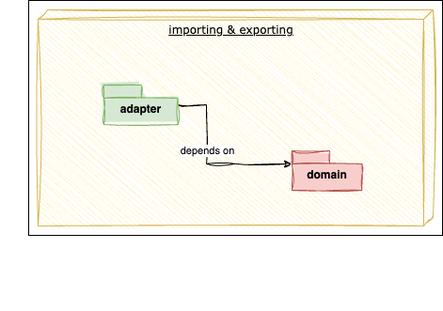
tinohertlein/timesheet-wizard keeps this draw.io diagram as docs/assets/static-level-3.drawio.png. Above is the earlier version. Source tidied: cells renumbered, new cells last; positions are measured from the earlier drawing's top-left corner, leaving out a move shared by most shapes.
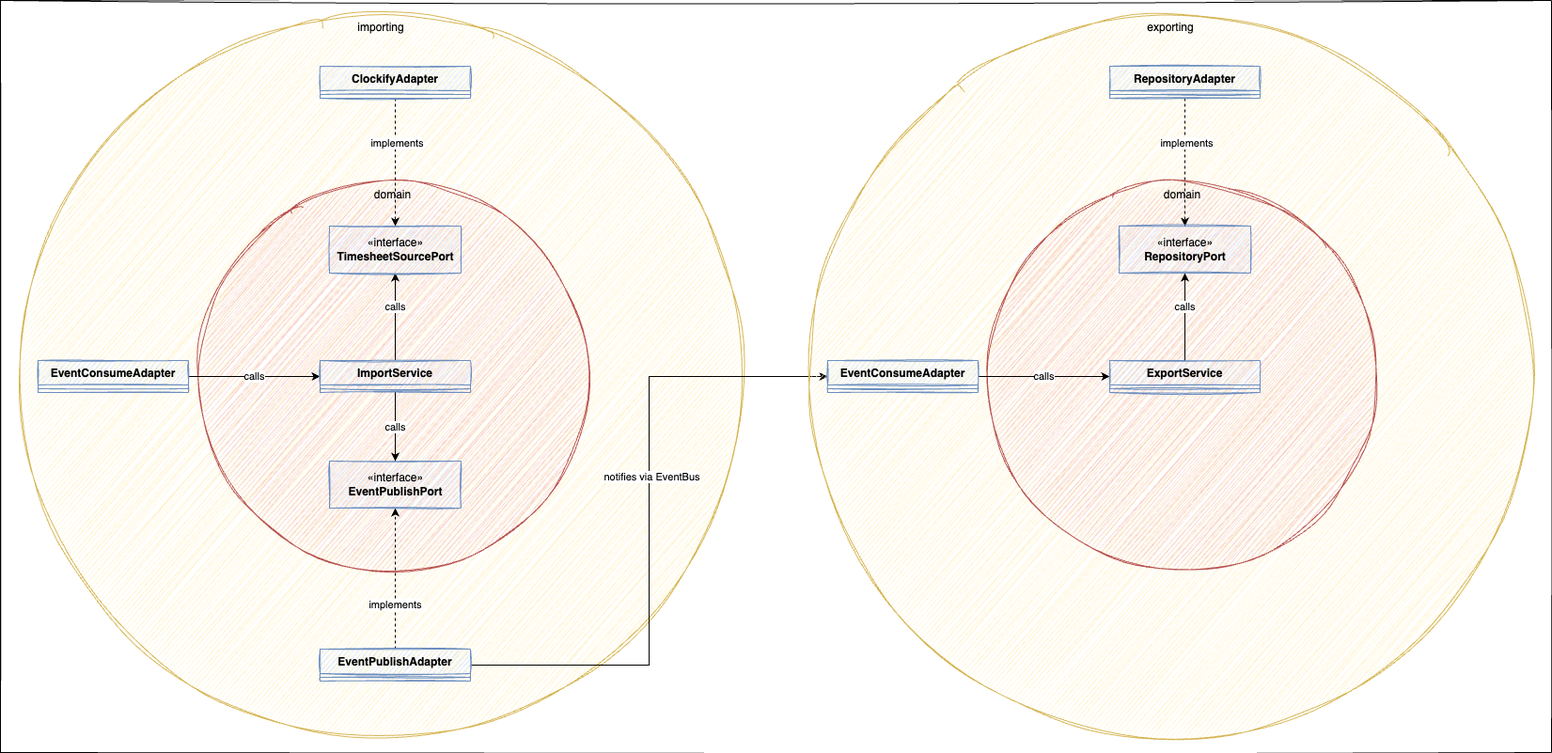
The same diagram one commit later.

What changed in the source:
```diff
@@ -2,32 +2,113 @@
   <root>
     <mxCell id="0" />
     <mxCell id="1" parent="0" />
-    <mxCell id="2" style="rounded=0;whiteSpace=wrap;html=1;fillStyle=auto;" parent="1" vertex="1">
-      <mxGeometry x="30" width="440" height="250" as="geometry" />
-    </mxCell>
-    <mxCell id="3" style="group;align=center;verticalAlign=bottom;" parent="1" vertex="1">
-      <mxGeometry y="10" width="460" height="320" as="geometry" />
-    </mxCell>
-    <mxCell id="4" value="importing &amp;amp; exporting" style="verticalAlign=top;align=center;spacingTop=8;spacingLeft=2;spacingRight=12;shape=cube;size=10;direction=south;fontStyle=4;html=1;rounded=0;shadow=0;comic=0;labelBackgroundColor=none;strokeWidth=1;fontFamily=Verdana;fontSize=12;sketch=1;curveFitting=1;jiggle=2;fillColor=#fff2cc;strokeColor=#d6b656;fillStyle=auto;" parent="3" vertex="1">
-      <mxGeometry x="40" width="420" height="230" as="geometry" />
-    </mxCell>
-    <mxCell id="5" style="edgeStyle=orthogonalEdgeStyle;rounded=0;jettySize=auto;html=1;entryX=0;entryY=0;entryDx=0;entryDy=14;entryPerimeter=0;sketch=1;curveFitting=1;jiggle=2;" parent="3" edge="1" source="7" target="8">
-      <mxGeometry relative="1" as="geometry">
-        <Array as="points">
-          <mxPoint x="219" y="100.8" />
-          <mxPoint x="219" y="163.8" />
-          <mxPoint x="250" y="163.8" />
-        </Array>
-      </mxGeometry>
-    </mxCell>
-    <mxCell id="6" value="depends on" style="edgeLabel;html=1;align=center;verticalAlign=middle;" parent="5" vertex="1">
-      <mxGeometry x="-0.14" relative="1" as="geometry" />
-    </mxCell>
-    <mxCell id="7" value="adapter" style="shape=folder;fontStyle=1;spacingTop=10;tabWidth=40;tabHeight=14;tabPosition=left;html=1;fillColor=#d5e8d4;strokeColor=#82b366;sketch=1;curveFitting=1;jiggle=2;fillStyle=solid;" parent="3" vertex="1">
-      <mxGeometry x="110" y="80" width="78.7" height="42.1" as="geometry" />
-    </mxCell>
-    <mxCell id="8" value="domain" style="shape=folder;fontStyle=1;spacingTop=10;tabWidth=40;tabHeight=14;tabPosition=left;html=1;fillColor=#f8cecc;strokeColor=#b85450;sketch=1;curveFitting=1;jiggle=2;fillStyle=solid;" parent="3" vertex="1">
-      <mxGeometry x="310" y="150" width="74.2" height="42.1" as="geometry" />
-    </mxCell>
+    <mxCell id="9" style="rounded=0;whiteSpace=wrap;html=1;sketch=1;fillStyle=auto;" parent="1" vertex="1">
+      <mxGeometry x="820" y="80" width="1650" height="800" as="geometry" />
+    </mxCell>
+    <mxCell id="10" value="importing" style="ellipse;whiteSpace=wrap;html=1;fillColor=#fff2cc;strokeColor=#d6b656;sketch=1;curveFitting=1;jiggle=2;verticalAlign=top;" parent="1" vertex="1">
+      <mxGeometry x="840" y="95" width="770" height="770" as="geometry" />
+    </mxCell>
+    <mxCell id="11" value="domain" style="ellipse;whiteSpace=wrap;html=1;fillColor=#f8cecc;strokeColor=#b85450;sketch=1;curveFitting=1;jiggle=2;verticalAlign=top;" parent="1" vertex="1">
+      <mxGeometry x="1030" y="272.5" width="415" height="415" as="geometry" />
+    </mxCell>
+    <mxCell id="12" value="calls" style="edgeStyle=orthogonalEdgeStyle;rounded=0;jettySize=auto;html=1;exitX=1;exitY=0.5;exitDx=0;exitDy=0;" parent="1" edge="1" source="13" target="18">
+      <mxGeometry relative="1" as="geometry" />
+    </mxCell>
+    <mxCell id="13" value="EventConsumeAdapter" style="swimlane;fontStyle=1;align=center;verticalAlign=top;horizontal=1;startSize=26;sketch=1;fillStyle=auto;fillColor=#dae8fc;strokeColor=#6c8ebf;" parent="1" vertex="1">
+      <mxGeometry x="860" y="463" width="160" height="34" as="geometry" />
+    </mxCell>
+    <mxCell id="14" style="line;strokeWidth=1;fillColor=none;align=left;verticalAlign=middle;spacingTop=-1;spacingLeft=3;spacingRight=3;labelPosition=right;strokeColor=inherit;sketch=1;fillStyle=auto;" parent="13" vertex="1">
+      <mxGeometry y="26" width="160" height="8" as="geometry" />
+    </mxCell>
+    <mxCell id="15" style="edgeStyle=orthogonalEdgeStyle;rounded=0;jettySize=auto;html=1;exitX=0.5;exitY=0;exitDx=0;exitDy=0;entryX=0.5;entryY=1;entryDx=0;entryDy=0;" parent="1" edge="1" source="18" target="29">
+      <mxGeometry relative="1" as="geometry" />
+    </mxCell>
+    <mxCell id="16" value="calls" style="edgeLabel;html=1;align=center;verticalAlign=middle;" parent="15" vertex="1">
+      <mxGeometry x="0.25" y="1" relative="1" as="geometry" />
+    </mxCell>
+    <mxCell id="17" value="calls" style="edgeStyle=orthogonalEdgeStyle;rounded=0;jettySize=auto;html=1;exitX=0.5;exitY=1;exitDx=0;exitDy=0;entryX=0.5;entryY=0;entryDx=0;entryDy=0;" parent="1" edge="1" source="18" target="30">
+      <mxGeometry relative="1" as="geometry" />
+    </mxCell>
+    <mxCell id="18" value="ImportService" style="swimlane;fontStyle=1;align=center;verticalAlign=top;horizontal=1;startSize=26;sketch=1;fillStyle=auto;fillColor=#dae8fc;strokeColor=#6c8ebf;" parent="1" vertex="1">
+      <mxGeometry x="1160" y="463" width="160" height="34" as="geometry" />
+    </mxCell>
+    <mxCell id="19" style="line;strokeWidth=1;fillColor=none;align=left;verticalAlign=middle;spacingTop=-1;spacingLeft=3;spacingRight=3;labelPosition=right;strokeColor=inherit;sketch=1;fillStyle=auto;" parent="18" vertex="1">
+      <mxGeometry y="26" width="160" height="8" as="geometry" />
+    </mxCell>
+    <mxCell id="20" style="edgeStyle=orthogonalEdgeStyle;rounded=0;jettySize=auto;html=1;exitX=0.5;exitY=1;exitDx=0;exitDy=0;entryX=0.5;entryY=0;entryDx=0;entryDy=0;dashed=1;" parent="1" edge="1" source="22" target="29">
+      <mxGeometry relative="1" as="geometry" />
+    </mxCell>
+    <mxCell id="21" value="implements" style="edgeLabel;html=1;align=center;verticalAlign=middle;" parent="20" vertex="1">
+      <mxGeometry x="-0.31" y="1" relative="1" as="geometry" />
+    </mxCell>
+    <mxCell id="22" value="ClockifyAdapter" style="swimlane;fontStyle=1;align=center;verticalAlign=top;horizontal=1;startSize=26;sketch=1;fillStyle=auto;fillColor=#dae8fc;strokeColor=#6c8ebf;" parent="1" vertex="1">
+      <mxGeometry x="1160" y="150" width="160" height="34" as="geometry" />
+    </mxCell>
+    <mxCell id="23" style="line;strokeWidth=1;fillColor=none;align=left;verticalAlign=middle;spacingTop=-1;spacingLeft=3;spacingRight=3;labelPosition=right;strokeColor=inherit;sketch=1;fillStyle=auto;" parent="22" vertex="1">
+      <mxGeometry y="26" width="160" height="8" as="geometry" />
+    </mxCell>
+    <mxCell id="24" value="implements" style="edgeStyle=orthogonalEdgeStyle;rounded=0;jettySize=auto;html=1;exitX=0.5;exitY=0;exitDx=0;exitDy=0;entryX=0.5;entryY=1;entryDx=0;entryDy=0;dashed=1;" parent="1" edge="1" source="27" target="30">
+      <mxGeometry x="-0.38" relative="1" as="geometry" />
+    </mxCell>
+    <mxCell id="25" style="edgeStyle=orthogonalEdgeStyle;rounded=0;jettySize=auto;html=1;exitX=1;exitY=0.5;exitDx=0;exitDy=0;entryX=0;entryY=0.5;entryDx=0;entryDy=0;" parent="1" edge="1" source="27" target="34">
+      <mxGeometry relative="1" as="geometry" />
+    </mxCell>
+    <mxCell id="26" value="notifies via EventBus" style="edgeLabel;html=1;align=center;verticalAlign=middle;" parent="25" vertex="1">
+      <mxGeometry x="0.14" y="-2" relative="1" as="geometry" />
+    </mxCell>
+    <mxCell id="27" value="EventPublishAdapter" style="swimlane;fontStyle=1;align=center;verticalAlign=top;horizontal=1;startSize=26;sketch=1;fillStyle=auto;fillColor=#dae8fc;strokeColor=#6c8ebf;" parent="1" vertex="1">
+      <mxGeometry x="1160" y="770" width="160" height="34" as="geometry" />
+    </mxCell>
+    <mxCell id="28" style="line;strokeWidth=1;fillColor=none;align=left;verticalAlign=middle;spacingTop=-1;spacingLeft=3;spacingRight=3;labelPosition=right;strokeColor=inherit;sketch=1;fillStyle=auto;" parent="27" vertex="1">
+      <mxGeometry y="26" width="160" height="8" as="geometry" />
+    </mxCell>
+    <mxCell id="29" value="«interface»&lt;br&gt;&lt;b&gt;TimesheetSourcePort&lt;/b&gt;" style="html=1;sketch=1;fillStyle=auto;fillColor=#dae8fc;strokeColor=#6c8ebf;" parent="1" vertex="1">
+      <mxGeometry x="1170" y="320" width="140" height="50" as="geometry" />
+    </mxCell>
+    <mxCell id="30" value="«interface»&lt;br&gt;&lt;b&gt;EventPublishPort&lt;/b&gt;" style="html=1;sketch=1;fillStyle=auto;fillColor=#dae8fc;strokeColor=#6c8ebf;" parent="1" vertex="1">
+      <mxGeometry x="1170" y="570" width="140" height="50" as="geometry" />
+    </mxCell>
+    <mxCell id="31" value="exporting" style="ellipse;whiteSpace=wrap;html=1;fillColor=#fff2cc;strokeColor=#d6b656;sketch=1;curveFitting=1;jiggle=2;verticalAlign=top;" parent="1" vertex="1">
+      <mxGeometry x="1680" y="95" width="770" height="770" as="geometry" />
+    </mxCell>
+    <mxCell id="32" value="domain" style="ellipse;whiteSpace=wrap;html=1;fillColor=#f8cecc;strokeColor=#b85450;sketch=1;curveFitting=1;jiggle=2;verticalAlign=top;" parent="1" vertex="1">
+      <mxGeometry x="1870" y="272.5" width="415" height="415" as="geometry" />
+    </mxCell>
+    <mxCell id="33" value="calls" style="edgeStyle=orthogonalEdgeStyle;rounded=0;jettySize=auto;html=1;exitX=1;exitY=0.5;exitDx=0;exitDy=0;" parent="1" edge="1" source="34" target="38">
+      <mxGeometry relative="1" as="geometry" />
+    </mxCell>
+    <mxCell id="34" value="EventConsumeAdapter" style="swimlane;fontStyle=1;align=center;verticalAlign=top;horizontal=1;startSize=26;sketch=1;fillStyle=auto;fillColor=#dae8fc;strokeColor=#6c8ebf;" parent="1" vertex="1">
+      <mxGeometry x="1700" y="463" width="160" height="34" as="geometry" />
+    </mxCell>
+    <mxCell id="35" style="line;strokeWidth=1;fillColor=none;align=left;verticalAlign=middle;spacingTop=-1;spacingLeft=3;spacingRight=3;labelPosition=right;strokeColor=inherit;sketch=1;fillStyle=auto;" parent="34" vertex="1">
+      <mxGeometry y="26" width="160" height="8" as="geometry" />
+    </mxCell>
+    <mxCell id="36" style="edgeStyle=orthogonalEdgeStyle;rounded=0;jettySize=auto;html=1;exitX=0.5;exitY=0;exitDx=0;exitDy=0;entryX=0.5;entryY=1;entryDx=0;entryDy=0;" parent="1" edge="1" source="38" target="44">
+      <mxGeometry relative="1" as="geometry" />
+    </mxCell>
+    <mxCell id="37" value="calls" style="edgeLabel;html=1;align=center;verticalAlign=middle;" parent="36" vertex="1">
+      <mxGeometry x="0.25" y="1" relative="1" as="geometry" />
+    </mxCell>
+    <mxCell id="38" value="ExportService" style="swimlane;fontStyle=1;align=center;verticalAlign=top;horizontal=1;startSize=26;sketch=1;fillStyle=auto;fillColor=#dae8fc;strokeColor=#6c8ebf;" parent="1" vertex="1">
+      <mxGeometry x="2000" y="463" width="160" height="34" as="geometry" />
+    </mxCell>
+    <mxCell id="39" style="line;strokeWidth=1;fillColor=none;align=left;verticalAlign=middle;spacingTop=-1;spacingLeft=3;spacingRight=3;labelPosition=right;strokeColor=inherit;sketch=1;fillStyle=auto;" parent="38" vertex="1">
+      <mxGeometry y="26" width="160" height="8" as="geometry" />
+    </mxCell>
+    <mxCell id="40" style="edgeStyle=orthogonalEdgeStyle;rounded=0;jettySize=auto;html=1;exitX=0.5;exitY=1;exitDx=0;exitDy=0;entryX=0.5;entryY=0;entryDx=0;entryDy=0;dashed=1;" parent="1" edge="1" source="42" target="44">
+      <mxGeometry relative="1" as="geometry" />
+    </mxCell>
+    <mxCell id="41" value="implements" style="edgeLabel;html=1;align=center;verticalAlign=middle;" parent="40" vertex="1">
+      <mxGeometry x="-0.31" y="1" relative="1" as="geometry" />
+    </mxCell>
+    <mxCell id="42" value="RepositoryAdapter" style="swimlane;fontStyle=1;align=center;verticalAlign=top;horizontal=1;startSize=26;sketch=1;fillStyle=auto;fillColor=#dae8fc;strokeColor=#6c8ebf;" parent="1" vertex="1">
+      <mxGeometry x="2000" y="150" width="160" height="34" as="geometry" />
+    </mxCell>
+    <mxCell id="43" style="line;strokeWidth=1;fillColor=none;align=left;verticalAlign=middle;spacingTop=-1;spacingLeft=3;spacingRight=3;labelPosition=right;strokeColor=inherit;sketch=1;fillStyle=auto;" parent="42" vertex="1">
+      <mxGeometry y="26" width="160" height="8" as="geometry" />
+    </mxCell>
+    <mxCell id="44" value="«interface»&lt;br&gt;&lt;b&gt;RepositoryPort&lt;/b&gt;" style="html=1;sketch=1;fillStyle=auto;fillColor=#dae8fc;strokeColor=#6c8ebf;" parent="1" vertex="1">
+      <mxGeometry x="2010" y="320" width="140" height="50" as="geometry" />
+    </mxCell>
   </root>
 </mxGraphModel>
```
